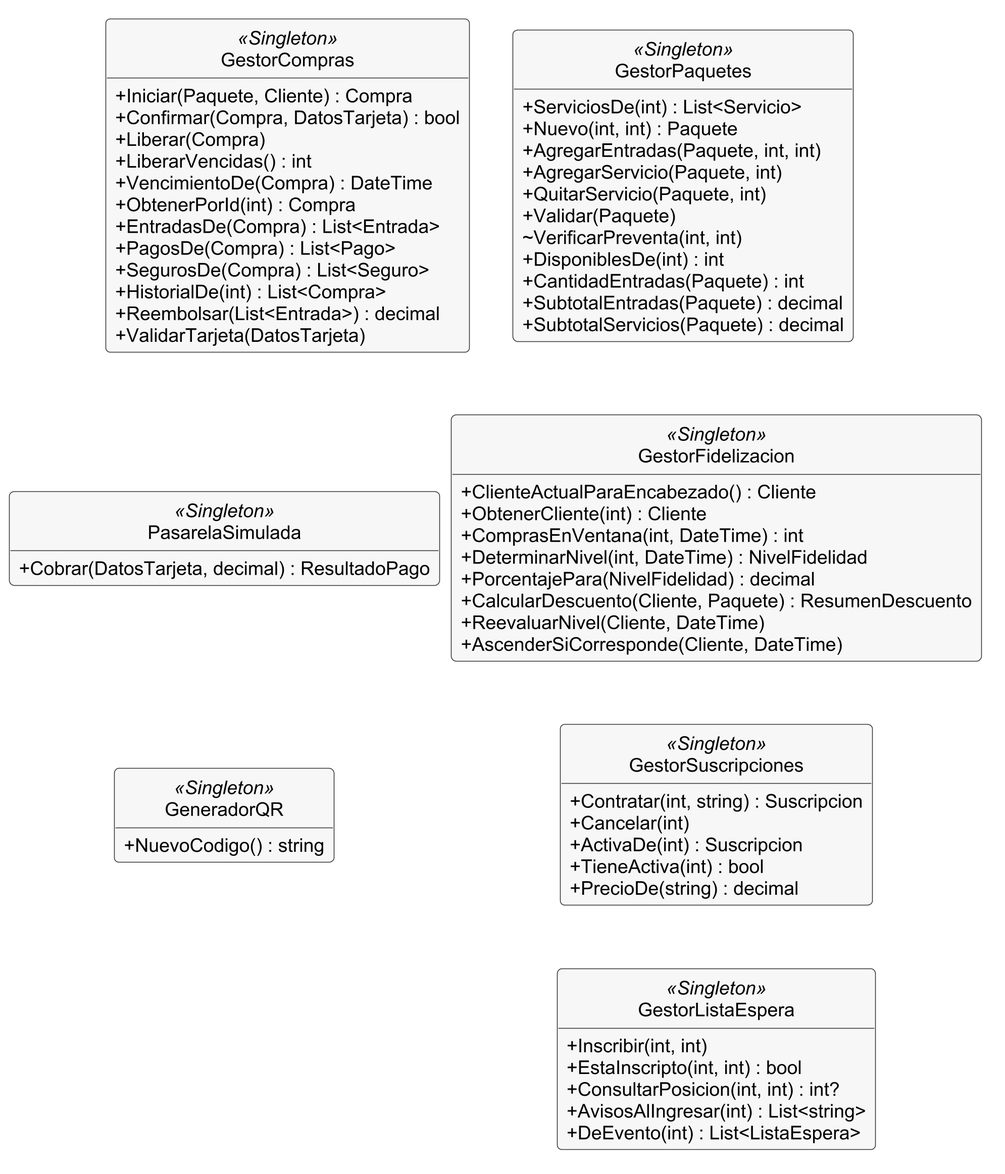
Before: docs/diagramas/clases-4-negocio-compra.png, a diagram exported from PlantUML (MaximoAmbro/TrabajoDeDiploma).
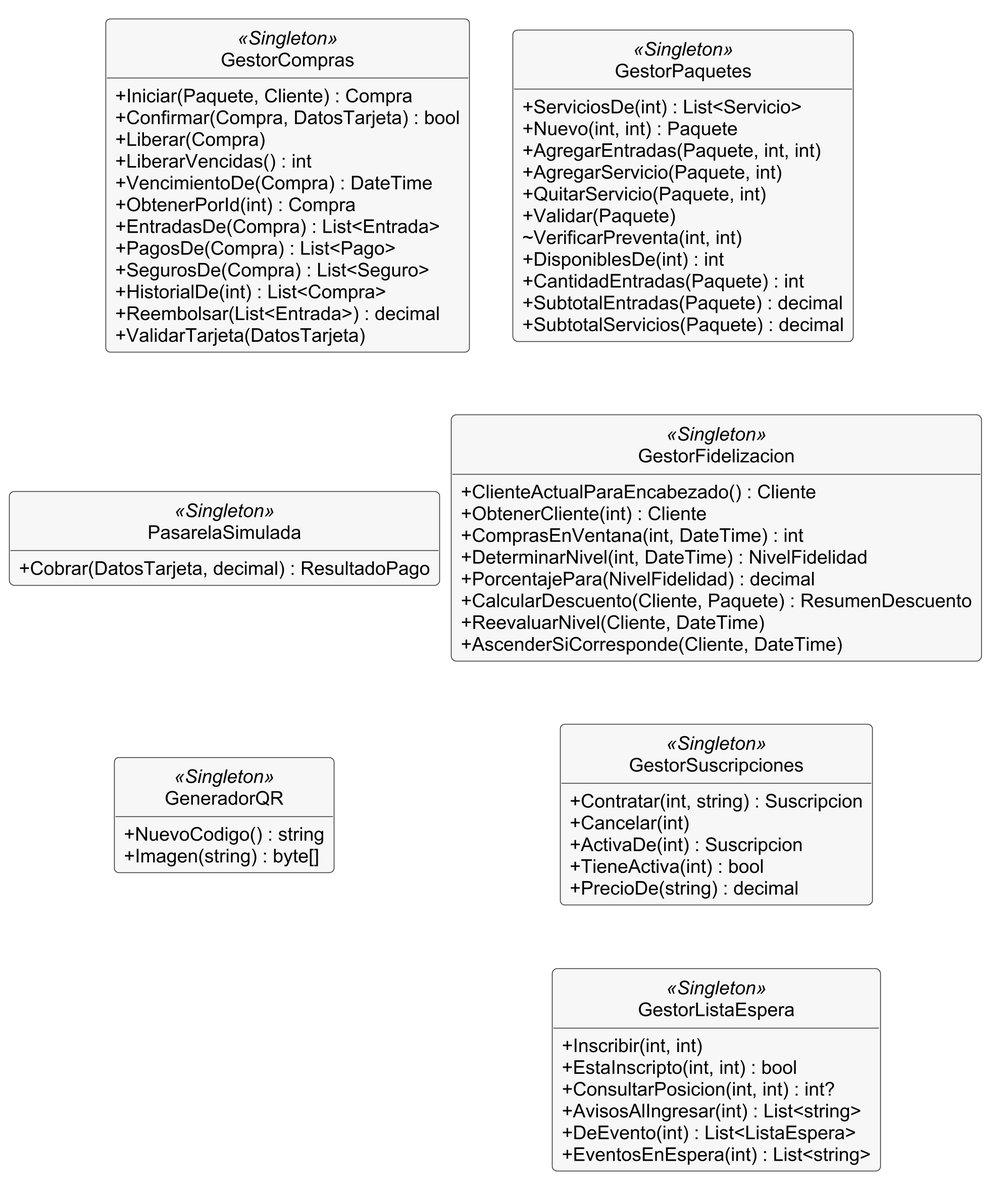
Later version of the same file.

What changed in the source:
```diff
@@ -24,6 +24,7 @@
 }
 class GeneradorQR <<Singleton>> {
   + NuevoCodigo() : string
+  + Imagen(string) : byte[]
 }
 class GestorPaquetes <<Singleton>> {
   + ServiciosDe(int) : List<Servicio>
@@ -61,6 +62,7 @@
   + ConsultarPosicion(int, int) : int?
   + AvisosAlIngresar(int) : List<string>
   + DeEvento(int) : List<ListaEspera>
+  + EventosEnEspera(int) : List<string>
 }
 
 GestorCompras -[hidden]down- PasarelaSimulada
```
